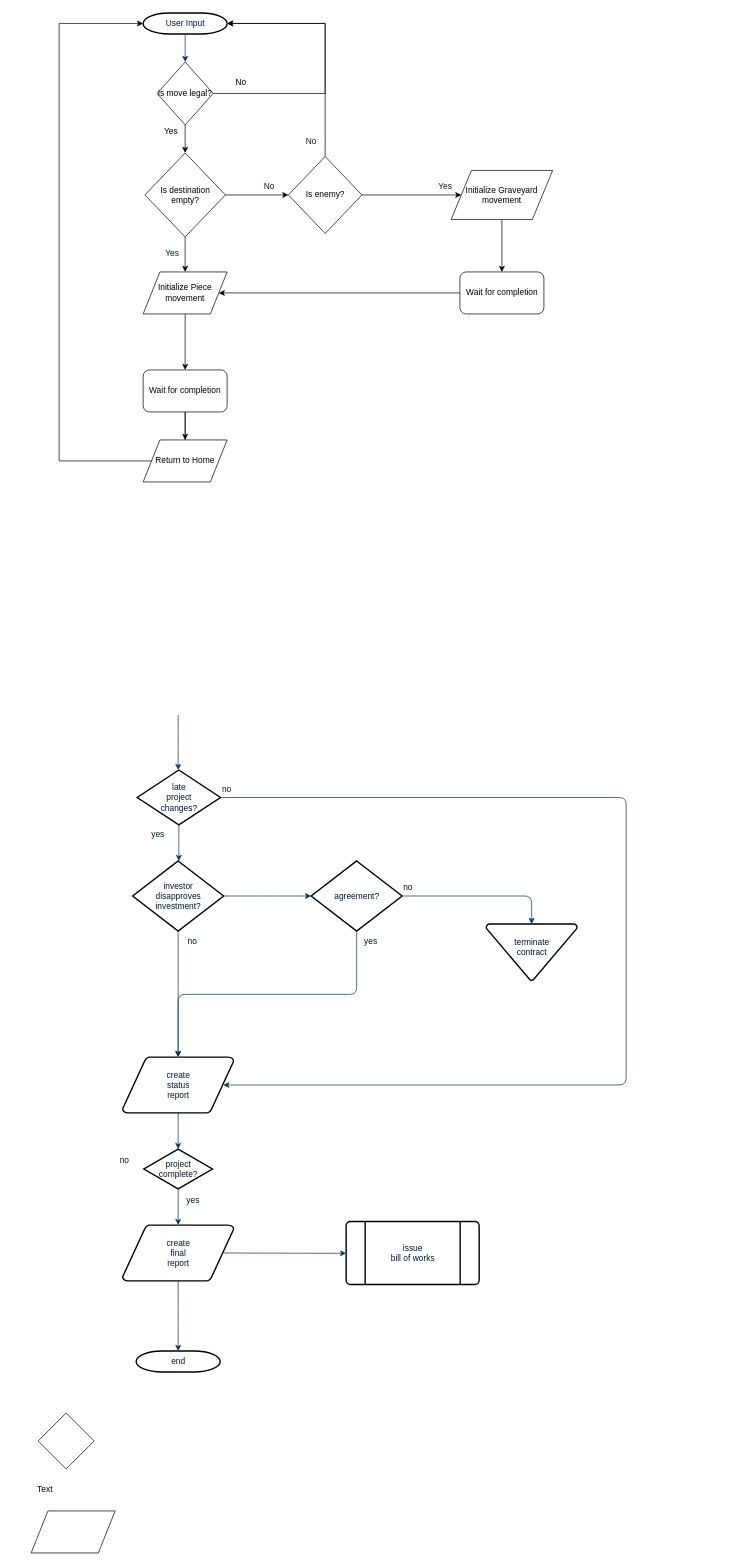
This is Chess Diagram.drawio from rsolo93/Chess, a draw.io file, before an edit. Source tidied: cells renumbered, new cells numbered last; positions are measured from the earlier drawing's top-left corner, leaving out a move shared by most shapes. Both pictures are drawn from the tidied source at 70%, with x=0, y=0 at pixel (31, 13).
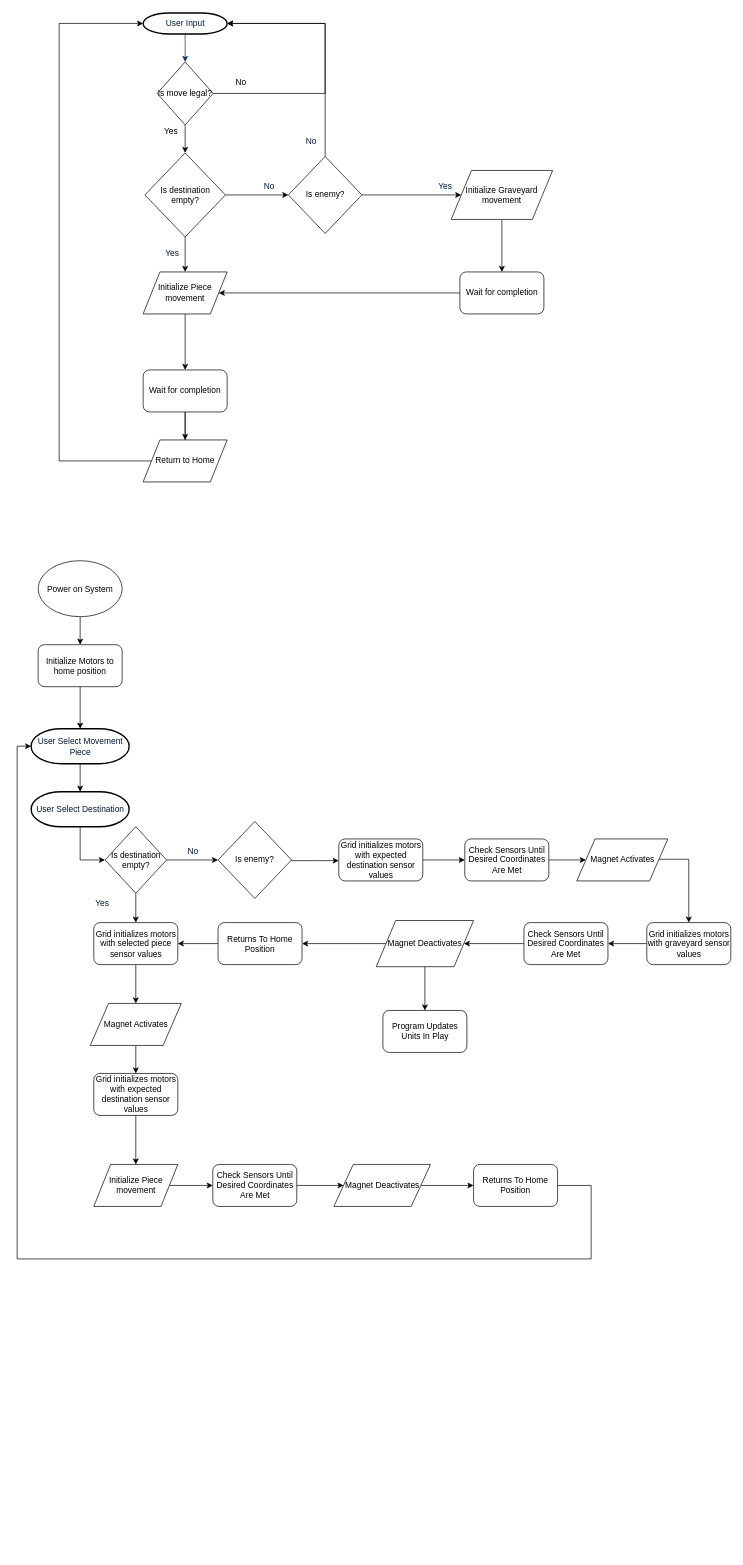
The same diagram, later.

The edit, as a diff of the source:
```diff
@@
-    <mxCell id="5" value="late&#10;project&#10;changes?" style="shape=mxgraph.flowchart.decision;fillColor=#FFFFFF;strokeColor=#000000;strokeWidth=2;gradientColor=none;gradientDirection=north;fontColor=#001933;fontStyle=0;html=1;" parent="1" vertex="1">
-      <mxGeometry x="151.5" y="1081.5" width="119" height="78.5" as="geometry" />
-    </mxCell>
-    <mxCell id="6" style="edgeStyle=elbowEdgeStyle;elbow=horizontal;exitX=0.5;exitY=0.9;exitPerimeter=0;fontColor=#001933;fontStyle=1;strokeColor=#003366;strokeWidth=1;html=1;" parent="1" edge="1" target="5">
-      <mxGeometry x="-10" y="61.5" as="geometry">
-        <mxPoint x="210" y="1003" as="sourcePoint" />
-      </mxGeometry>
-    </mxCell>
-    <mxCell id="7" value="yes" style="text;fontColor=#001933;fontStyle=0;html=1;strokeColor=none;gradientColor=none;fillColor=none;strokeWidth=2;" parent="1" vertex="1">
-      <mxGeometry x="170" y="1160" width="40" height="26" as="geometry" />
-    </mxCell>
-    <mxCell id="8" value="investor&#10;disapproves&#10; investment?" style="shape=mxgraph.flowchart.decision;fillColor=#FFFFFF;strokeColor=#000000;strokeWidth=2;gradientColor=none;gradientDirection=north;fontColor=#001933;fontStyle=0;html=1;" parent="1" vertex="1">
-      <mxGeometry x="145" y="1211.5" width="130" height="100" as="geometry" />
-    </mxCell>
-    <mxCell id="9" value="agreement?" style="shape=mxgraph.flowchart.decision;fillColor=#FFFFFF;strokeColor=#000000;strokeWidth=2;gradientColor=none;gradientDirection=north;fontColor=#001933;fontStyle=0;html=1;" parent="1" vertex="1">
-      <mxGeometry x="400" y="1211.5" width="130" height="100" as="geometry" />
-    </mxCell>
-    <mxCell id="10" style="edgeStyle=elbowEdgeStyle;elbow=horizontal;exitX=0.5;exitY=1;exitPerimeter=0;fontColor=#001933;fontStyle=1;strokeColor=#003366;strokeWidth=1;html=1;" parent="1" edge="1" source="5" target="8">
-      <mxGeometry x="-10" y="61.5" as="geometry" />
-    </mxCell>
-    <mxCell id="11" style="edgeStyle=elbowEdgeStyle;elbow=horizontal;exitX=1;exitY=0.5;exitPerimeter=0;entryX=0;entryY=0.5;entryPerimeter=0;fontColor=#001933;fontStyle=1;strokeColor=#003366;strokeWidth=1;html=1;" parent="1" edge="1" source="8" target="9">
-      <mxGeometry x="-10" y="61.5" as="geometry" />
-    </mxCell>
-    <mxCell id="12" value="terminate&#10;contract&#10;" style="shape=mxgraph.flowchart.merge_or_storage;fillColor=#FFFFFF;strokeColor=#000000;strokeWidth=2;gradientColor=none;gradientDirection=north;fontColor=#001933;fontStyle=0;html=1;" parent="1" vertex="1">
-      <mxGeometry x="650" y="1301.5" width="130" height="80.5" as="geometry" />
-    </mxCell>
-    <mxCell id="13" style="edgeStyle=elbowEdgeStyle;elbow=vertical;exitX=1;exitY=0.5;exitPerimeter=0;entryX=0.5;entryY=0;entryPerimeter=0;fontColor=#001933;fontStyle=1;strokeColor=#003366;strokeWidth=1;html=1;" parent="1" edge="1" source="9" target="12">
-      <mxGeometry x="-10" y="61.5" as="geometry">
-        <Array as="points">
-          <mxPoint x="630" y="1261.5" />
-        </Array>
-      </mxGeometry>
-    </mxCell>
-    <mxCell id="14" value="create&#10;status&#10;report" style="shape=mxgraph.flowchart.data;fillColor=#FFFFFF;strokeColor=#000000;strokeWidth=2;gradientColor=none;gradientDirection=north;fontColor=#001933;fontStyle=0;html=1;" parent="1" vertex="1">
-      <mxGeometry x="130.5" y="1491.5" width="159" height="80" as="geometry" />
-    </mxCell>
-    <mxCell id="15" style="edgeStyle=elbowEdgeStyle;elbow=vertical;exitX=0.5;exitY=1;exitPerimeter=0;fontColor=#001933;fontStyle=1;strokeColor=#003366;strokeWidth=1;html=1;" parent="1" edge="1" source="8" target="14">
-      <mxGeometry x="-10" y="61.5" as="geometry" />
-    </mxCell>
-    <mxCell id="16" style="edgeStyle=elbowEdgeStyle;elbow=vertical;exitX=0.5;exitY=1;exitPerimeter=0;entryX=0.5;entryY=0;entryPerimeter=0;fontColor=#001933;fontStyle=1;strokeColor=#003366;strokeWidth=1;html=1;" parent="1" edge="1" source="9" target="14">
-      <mxGeometry x="-10" y="61.5" as="geometry" />
-    </mxCell>
-    <mxCell id="17" value="project&#10;complete?" style="shape=mxgraph.flowchart.decision;fillColor=#FFFFFF;strokeColor=#000000;strokeWidth=2;gradientColor=none;gradientDirection=north;fontColor=#001933;fontStyle=0;html=1;" parent="1" vertex="1">
-      <mxGeometry x="161" y="1623" width="98" height="57" as="geometry" />
-    </mxCell>
-    <mxCell id="18" value="create&#10;final&#10;report" style="shape=mxgraph.flowchart.data;fillColor=#FFFFFF;strokeColor=#000000;strokeWidth=2;gradientColor=none;gradientDirection=north;fontColor=#001933;fontStyle=0;html=1;" parent="1" vertex="1">
-      <mxGeometry x="130.5" y="1731.5" width="159" height="80" as="geometry" />
-    </mxCell>
-    <mxCell id="19" value="issue&#10;bill of works" style="shape=mxgraph.flowchart.predefined_process;fillColor=#FFFFFF;strokeColor=#000000;strokeWidth=2;gradientColor=none;gradientDirection=north;fontColor=#001933;fontStyle=0;html=1;" parent="1" vertex="1">
-      <mxGeometry x="450" y="1726.5" width="190" height="90" as="geometry" />
-    </mxCell>
-    <mxCell id="20" value="end" style="shape=mxgraph.flowchart.terminator;fillColor=#FFFFFF;strokeColor=#000000;strokeWidth=2;gradientColor=none;gradientDirection=north;fontColor=#001933;fontStyle=0;html=1;" parent="1" vertex="1">
-      <mxGeometry x="150" y="1911.5" width="120" height="30" as="geometry" />
-    </mxCell>
-    <mxCell id="21" style="edgeStyle=elbowEdgeStyle;elbow=vertical;exitX=0.5;exitY=1;exitPerimeter=0;entryX=0.5;entryY=0;entryPerimeter=0;fontColor=#001933;fontStyle=1;strokeColor=#003366;strokeWidth=1;html=1;" parent="1" edge="1" source="14" target="17">
-      <mxGeometry x="-10" y="61.5" as="geometry" />
-    </mxCell>
-    <mxCell id="22" style="edgeStyle=elbowEdgeStyle;elbow=vertical;exitX=0.5;exitY=1;exitPerimeter=0;entryX=0.5;entryY=0;entryPerimeter=0;fontColor=#001933;fontStyle=1;strokeColor=#003366;strokeWidth=1;html=1;" parent="1" edge="1" source="17" target="18">
-      <mxGeometry x="-10" y="61.5" as="geometry" />
-    </mxCell>
-    <mxCell id="23" style="edgeStyle=elbowEdgeStyle;elbow=vertical;exitX=0.5;exitY=1;exitPerimeter=0;entryX=0.5;entryY=0;entryPerimeter=0;fontColor=#001933;fontStyle=1;strokeColor=#003366;strokeWidth=1;html=1;" parent="1" edge="1" source="18" target="20">
-      <mxGeometry x="-10" y="61.5" as="geometry" />
-    </mxCell>
-    <mxCell id="24" style="edgeStyle=elbowEdgeStyle;elbow=vertical;exitX=0.905;exitY=0.5;exitPerimeter=0;entryX=0;entryY=0.5;entryPerimeter=0;fontColor=#001933;fontStyle=1;strokeColor=#003366;strokeWidth=1;html=1;" parent="1" edge="1" source="18" target="19">
-      <mxGeometry x="-10" y="61.5" as="geometry" />
-    </mxCell>
-    <mxCell id="25" style="edgeStyle=elbowEdgeStyle;elbow=horizontal;exitX=1;exitY=0.5;exitPerimeter=0;entryX=0.905;entryY=0.5;entryPerimeter=0;fontColor=#001933;fontStyle=1;strokeColor=#003366;strokeWidth=1;html=1;" parent="1" edge="1" source="5" target="14">
-      <mxGeometry as="geometry">
-        <Array as="points">
-          <mxPoint x="850" y="1260" />
-        </Array>
-      </mxGeometry>
-    </mxCell>
-    <mxCell id="26" value="no" style="text;fontColor=#001933;fontStyle=0;html=1;strokeColor=none;gradientColor=none;fillColor=none;strokeWidth=2;" parent="1" vertex="1">
-      <mxGeometry x="270.5" y="1094.8" width="40" height="26" as="geometry" />
-    </mxCell>
@@
-    <mxCell id="28" value="no" style="text;fontColor=#001933;fontStyle=0;html=1;strokeColor=none;gradientColor=none;fillColor=none;strokeWidth=2;align=center;" parent="1" vertex="1">
-      <mxGeometry x="210" y="1311.5" width="40" height="26" as="geometry" />
-    </mxCell>
-    <mxCell id="29" value="yes" style="text;fontColor=#001933;fontStyle=0;html=1;strokeColor=none;gradientColor=none;fillColor=none;strokeWidth=2;align=center;" parent="1" vertex="1">
-      <mxGeometry x="465" y="1311.5" width="40" height="26" as="geometry" />
-    </mxCell>
-    <mxCell id="30" value="no" style="text;fontColor=#001933;fontStyle=0;html=1;strokeColor=none;gradientColor=none;fillColor=none;strokeWidth=2;" parent="1" vertex="1">
-      <mxGeometry x="530" y="1235.5" width="40" height="26" as="geometry" />
-    </mxCell>
-    <mxCell id="31" value="yes" style="text;fontColor=#001933;fontStyle=0;html=1;strokeColor=none;gradientColor=none;fillColor=none;strokeWidth=2;align=center;" parent="1" vertex="1">
-      <mxGeometry x="211" y="1681.5" width="40" height="26" as="geometry" />
-    </mxCell>
-    <mxCell id="32" value="no" style="text;fontColor=#001933;fontStyle=0;html=1;strokeColor=none;gradientColor=none;fillColor=none;strokeWidth=2;" parent="1" vertex="1">
-      <mxGeometry x="125" y="1625.5" width="40" height="26" as="geometry" />
-    </mxCell>
@@
-    <mxCell id="36" style="rhombus;whiteSpace=wrap;html=1;" parent="1" vertex="1">
-      <mxGeometry x="10" y="2000" width="80" height="80" as="geometry" />
-    </mxCell>
@@
-    <mxCell id="38" value="Text" style="text;html=1;strokeColor=none;fillColor=none;align=center;verticalAlign=middle;whiteSpace=wrap;rounded=0;" parent="1" vertex="1">
-      <mxGeometry y="2100" width="40" height="20" as="geometry" />
-    </mxCell>
@@
-    <mxCell id="43" style="shape=parallelogram;perimeter=parallelogramPerimeter;whiteSpace=wrap;html=1;" parent="1" vertex="1">
-      <mxGeometry y="2140" width="120" height="60" as="geometry" />
-    </mxCell>
@@
+    <mxCell id="59" style="edgeStyle=orthogonalEdgeStyle;rounded=0;orthogonalLoop=1;jettySize=auto;html=1;entryX=0;entryY=0.5;entryDx=0;entryDy=0;entryPerimeter=0;" parent="1" edge="1">
+      <mxGeometry relative="1" as="geometry">
+        <mxPoint x="160" y="996" as="targetPoint" />
+        <Array as="points">
+          <mxPoint x="220" y="1621" />
+          <mxPoint x="40" y="1621" />
+          <mxPoint x="40" y="996" />
+        </Array>
+      </mxGeometry>
+    </mxCell>
+    <mxCell id="60" style="edgeStyle=orthogonalEdgeStyle;rounded=0;jettySize=auto;html=1;" parent="1" edge="1" source="61" target="63">
+      <mxGeometry relative="1" as="geometry" />
+    </mxCell>
+    <mxCell id="61" value="Power on System" style="ellipse;whiteSpace=wrap;html=1;" parent="1" vertex="1">
+      <mxGeometry x="10" y="782.5" width="120" height="80" as="geometry" />
+    </mxCell>
+    <mxCell id="62" style="edgeStyle=orthogonalEdgeStyle;rounded=0;jettySize=auto;html=1;" parent="1" edge="1" source="63" target="65">
+      <mxGeometry relative="1" as="geometry" />
+    </mxCell>
+    <mxCell id="63" value="Initialize Motors to home position" style="rounded=1;whiteSpace=wrap;html=1;" parent="1" vertex="1">
+      <mxGeometry x="10" y="902.5" width="120" height="60" as="geometry" />
+    </mxCell>
+    <mxCell id="64" style="edgeStyle=orthogonalEdgeStyle;rounded=0;jettySize=auto;html=1;" parent="1" edge="1" source="65" target="67">
+      <mxGeometry relative="1" as="geometry" />
+    </mxCell>
+    <mxCell id="65" value="User Select Movement &lt;br&gt;Piece" style="shape=mxgraph.flowchart.terminator;fillColor=#FFFFFF;strokeColor=#000000;strokeWidth=2;gradientColor=none;gradientDirection=north;fontColor=#001933;fontStyle=0;html=1;" parent="1" vertex="1">
+      <mxGeometry y="1022.5" width="140" height="50" as="geometry" />
+    </mxCell>
+    <mxCell id="66" style="edgeStyle=orthogonalEdgeStyle;rounded=0;jettySize=auto;html=1;entryX=0;entryY=0.5;entryDx=0;entryDy=0;" parent="1" edge="1" source="67" target="70">
+      <mxGeometry relative="1" as="geometry" />
+    </mxCell>
+    <mxCell id="67" value="User Select Destination" style="shape=mxgraph.flowchart.terminator;fillColor=#FFFFFF;strokeColor=#000000;strokeWidth=2;gradientColor=none;gradientDirection=north;fontColor=#001933;fontStyle=0;html=1;" parent="1" vertex="1">
+      <mxGeometry y="1112.5" width="140" height="50" as="geometry" />
+    </mxCell>
+    <mxCell id="68" style="edgeStyle=orthogonalEdgeStyle;rounded=0;jettySize=auto;html=1;entryX=0;entryY=0.5;entryDx=0;entryDy=0;entryPerimeter=0;" parent="1" edge="1" source="70" target="72">
+      <mxGeometry relative="1" as="geometry" />
+    </mxCell>
+    <mxCell id="69" style="edgeStyle=orthogonalEdgeStyle;rounded=0;jettySize=auto;html=1;" parent="1" edge="1" source="70" target="82">
+      <mxGeometry relative="1" as="geometry" />
+    </mxCell>
+    <mxCell id="70" value="&lt;font style=&quot;font-size: 12px&quot;&gt;Is destination empty?&lt;/font&gt;" style="rhombus;whiteSpace=wrap;html=1;" parent="1" vertex="1">
+      <mxGeometry x="105.5" y="1162.5" width="88" height="95" as="geometry" />
+    </mxCell>
+    <mxCell id="71" style="edgeStyle=orthogonalEdgeStyle;rounded=0;jettySize=auto;html=1;" parent="1" edge="1" source="72" target="75">
+      <mxGeometry relative="1" as="geometry">
+        <Array as="points">
+          <mxPoint x="409.5" y="1211" />
+          <mxPoint x="409.5" y="1211" />
+        </Array>
+      </mxGeometry>
+    </mxCell>
+    <mxCell id="72" value="Is enemy?" style="rhombus;whiteSpace=wrap;html=1;" parent="1" vertex="1">
+      <mxGeometry x="267" y="1155" width="105" height="110" as="geometry" />
+    </mxCell>
+    <mxCell id="73" value="No" style="text;fontColor=#001933;fontStyle=0;html=1;strokeColor=none;gradientColor=none;fillColor=none;strokeWidth=2;align=center;" parent="1" vertex="1">
+      <mxGeometry x="210.5" y="1184" width="40" height="26" as="geometry" />
+    </mxCell>
+    <mxCell id="74" style="edgeStyle=orthogonalEdgeStyle;rounded=0;jettySize=auto;html=1;" parent="1" edge="1" source="75" target="90">
+      <mxGeometry relative="1" as="geometry" />
+    </mxCell>
+    <mxCell id="75" value="Grid initializes motors with expected destination sensor values" style="rounded=1;whiteSpace=wrap;html=1;" parent="1" vertex="1">
+      <mxGeometry x="439.5" y="1180" width="120" height="60" as="geometry" />
+    </mxCell>
+    <mxCell id="76" style="edgeStyle=orthogonalEdgeStyle;rounded=0;jettySize=auto;html=1;" parent="1" edge="1" source="77" target="86">
+      <mxGeometry relative="1" as="geometry" />
+    </mxCell>
+    <mxCell id="77" value="Initialize Piece movement" style="shape=parallelogram;perimeter=parallelogramPerimeter;whiteSpace=wrap;html=1;" parent="1" vertex="1">
+      <mxGeometry x="89.5" y="1645" width="120" height="60" as="geometry" />
+    </mxCell>
+    <mxCell id="78" value="Yes" style="text;fontColor=#001933;fontStyle=0;html=1;strokeColor=none;gradientColor=none;fillColor=none;strokeWidth=2;" parent="1" vertex="1">
+      <mxGeometry x="89.5" y="1257.5" width="40" height="26" as="geometry" />
+    </mxCell>
+    <mxCell id="79" style="edgeStyle=orthogonalEdgeStyle;rounded=0;jettySize=auto;html=1;" parent="1" edge="1" source="80" target="77">
+      <mxGeometry relative="1" as="geometry" />
+    </mxCell>
+    <mxCell id="80" value="Grid initializes motors with expected destination sensor values" style="rounded=1;whiteSpace=wrap;html=1;" parent="1" vertex="1">
+      <mxGeometry x="89.5" y="1515" width="120" height="60" as="geometry" />
+    </mxCell>
+    <mxCell id="81" style="edgeStyle=orthogonalEdgeStyle;rounded=0;jettySize=auto;html=1;" parent="1" edge="1" source="82" target="84">
+      <mxGeometry relative="1" as="geometry" />
+    </mxCell>
+    <mxCell id="82" value="Grid initializes motors with selected piece sensor values" style="rounded=1;whiteSpace=wrap;html=1;" parent="1" vertex="1">
+      <mxGeometry x="89.5" y="1299.5" width="120" height="60" as="geometry" />
+    </mxCell>
+    <mxCell id="83" style="edgeStyle=orthogonalEdgeStyle;rounded=0;jettySize=auto;html=1;" parent="1" edge="1" source="84" target="80">
+      <mxGeometry relative="1" as="geometry" />
+    </mxCell>
+    <mxCell id="84" value="Magnet Activates" style="shape=parallelogram;perimeter=parallelogramPerimeter;whiteSpace=wrap;html=1;" parent="1" vertex="1">
+      <mxGeometry x="84.5" y="1415" width="130" height="60" as="geometry" />
+    </mxCell>
+    <mxCell id="85" style="edgeStyle=orthogonalEdgeStyle;rounded=0;jettySize=auto;html=1;" parent="1" edge="1" source="86" target="88">
+      <mxGeometry relative="1" as="geometry" />
+    </mxCell>
+    <mxCell id="86" value="Check Sensors Until Desired Coordinates Are Met" style="rounded=1;whiteSpace=wrap;html=1;" parent="1" vertex="1">
+      <mxGeometry x="259.5" y="1645" width="120" height="60" as="geometry" />
+    </mxCell>
+    <mxCell id="87" style="edgeStyle=orthogonalEdgeStyle;rounded=0;jettySize=auto;html=1;" parent="1" edge="1" source="88" target="102">
+      <mxGeometry relative="1" as="geometry" />
+    </mxCell>
+    <mxCell id="88" value="Magnet Deactivates" style="shape=parallelogram;perimeter=parallelogramPerimeter;whiteSpace=wrap;html=1;" parent="1" vertex="1">
+      <mxGeometry x="432.5" y="1645" width="138" height="60" as="geometry" />
+    </mxCell>
+    <mxCell id="89" style="edgeStyle=orthogonalEdgeStyle;rounded=0;jettySize=auto;html=1;" parent="1" edge="1" source="90" target="92">
+      <mxGeometry relative="1" as="geometry" />
+    </mxCell>
+    <mxCell id="90" value="Check Sensors Until Desired Coordinates Are Met" style="rounded=1;whiteSpace=wrap;html=1;" parent="1" vertex="1">
+      <mxGeometry x="619.5" y="1180" width="120" height="60" as="geometry" />
+    </mxCell>
+    <mxCell id="91" style="edgeStyle=orthogonalEdgeStyle;rounded=0;jettySize=auto;html=1;" parent="1" edge="1" source="92" target="94">
+      <mxGeometry relative="1" as="geometry">
+        <Array as="points">
+          <mxPoint x="939.5" y="1209" />
+        </Array>
+      </mxGeometry>
+    </mxCell>
+    <mxCell id="92" value="Magnet Activates" style="shape=parallelogram;perimeter=parallelogramPerimeter;whiteSpace=wrap;html=1;" parent="1" vertex="1">
+      <mxGeometry x="779.5" y="1180" width="130" height="60" as="geometry" />
+    </mxCell>
+    <mxCell id="93" style="edgeStyle=orthogonalEdgeStyle;rounded=0;jettySize=auto;html=1;" parent="1" edge="1" source="94" target="96">
+      <mxGeometry relative="1" as="geometry" />
+    </mxCell>
+    <mxCell id="94" value="Grid initializes motors with graveyard sensor values" style="rounded=1;whiteSpace=wrap;html=1;" parent="1" vertex="1">
+      <mxGeometry x="879.5" y="1299.5" width="120" height="60" as="geometry" />
+    </mxCell>
+    <mxCell id="95" style="edgeStyle=orthogonalEdgeStyle;rounded=0;jettySize=auto;html=1;" parent="1" edge="1" source="96" target="99">
+      <mxGeometry relative="1" as="geometry" />
+    </mxCell>
+    <mxCell id="96" value="Check Sensors Until Desired Coordinates Are Met" style="rounded=1;whiteSpace=wrap;html=1;" parent="1" vertex="1">
+      <mxGeometry x="704" y="1299.5" width="120" height="60" as="geometry" />
+    </mxCell>
+    <mxCell id="97" style="edgeStyle=orthogonalEdgeStyle;rounded=0;jettySize=auto;html=1;" parent="1" edge="1" source="99" target="100">
+      <mxGeometry relative="1" as="geometry" />
+    </mxCell>
+    <mxCell id="98" style="edgeStyle=orthogonalEdgeStyle;rounded=0;jettySize=auto;html=1;" parent="1" edge="1" source="99" target="104">
+      <mxGeometry relative="1" as="geometry" />
+    </mxCell>
+    <mxCell id="99" value="Magnet Deactivates" style="shape=parallelogram;perimeter=parallelogramPerimeter;whiteSpace=wrap;html=1;" parent="1" vertex="1">
+      <mxGeometry x="493" y="1296.5" width="139" height="66" as="geometry" />
+    </mxCell>
+    <mxCell id="100" value="Program Updates&lt;br&gt;Units In Play" style="rounded=1;whiteSpace=wrap;html=1;" parent="1" vertex="1">
+      <mxGeometry x="502.5" y="1425" width="120" height="60" as="geometry" />
+    </mxCell>
+    <mxCell id="101" style="edgeStyle=orthogonalEdgeStyle;rounded=0;jettySize=auto;html=1;entryX=0;entryY=0.5;entryDx=0;entryDy=0;entryPerimeter=0;" parent="1" edge="1" source="102" target="65">
+      <mxGeometry relative="1" as="geometry">
+        <Array as="points">
+          <mxPoint x="800" y="1675" />
+          <mxPoint x="800" y="1780" />
+          <mxPoint x="-20" y="1780" />
+          <mxPoint x="-20" y="1048" />
+        </Array>
+      </mxGeometry>
+    </mxCell>
+    <mxCell id="102" value="Returns To Home Position" style="rounded=1;whiteSpace=wrap;html=1;" parent="1" vertex="1">
+      <mxGeometry x="632" y="1645" width="120" height="60" as="geometry" />
+    </mxCell>
+    <mxCell id="103" style="edgeStyle=orthogonalEdgeStyle;rounded=0;jettySize=auto;html=1;entryX=1;entryY=0.5;entryDx=0;entryDy=0;" parent="1" edge="1" source="104" target="82">
+      <mxGeometry relative="1" as="geometry" />
+    </mxCell>
+    <mxCell id="104" value="Returns To Home Position" style="rounded=1;whiteSpace=wrap;html=1;" parent="1" vertex="1">
+      <mxGeometry x="267" y="1299.5" width="120" height="60" as="geometry" />
+    </mxCell>
```
